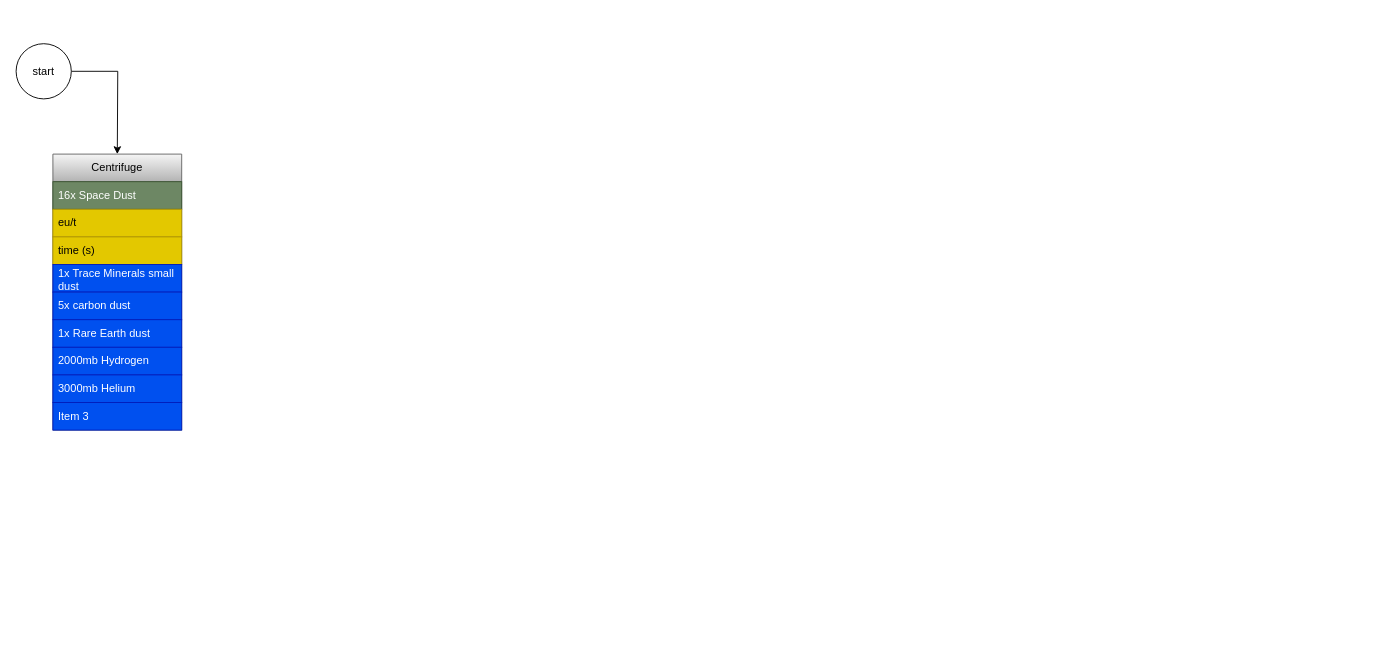
This is space_dust.drawio from screret/Gravitas2, a draw.io file, before an edit. Source tidied: cells renumbered, new cells numbered last; positions are measured from the earlier drawing's top-left corner, leaving out a move shared by most shapes. Both pictures are drawn from the tidied source at 92%, with x=0, y=0 at pixel (16, 43).
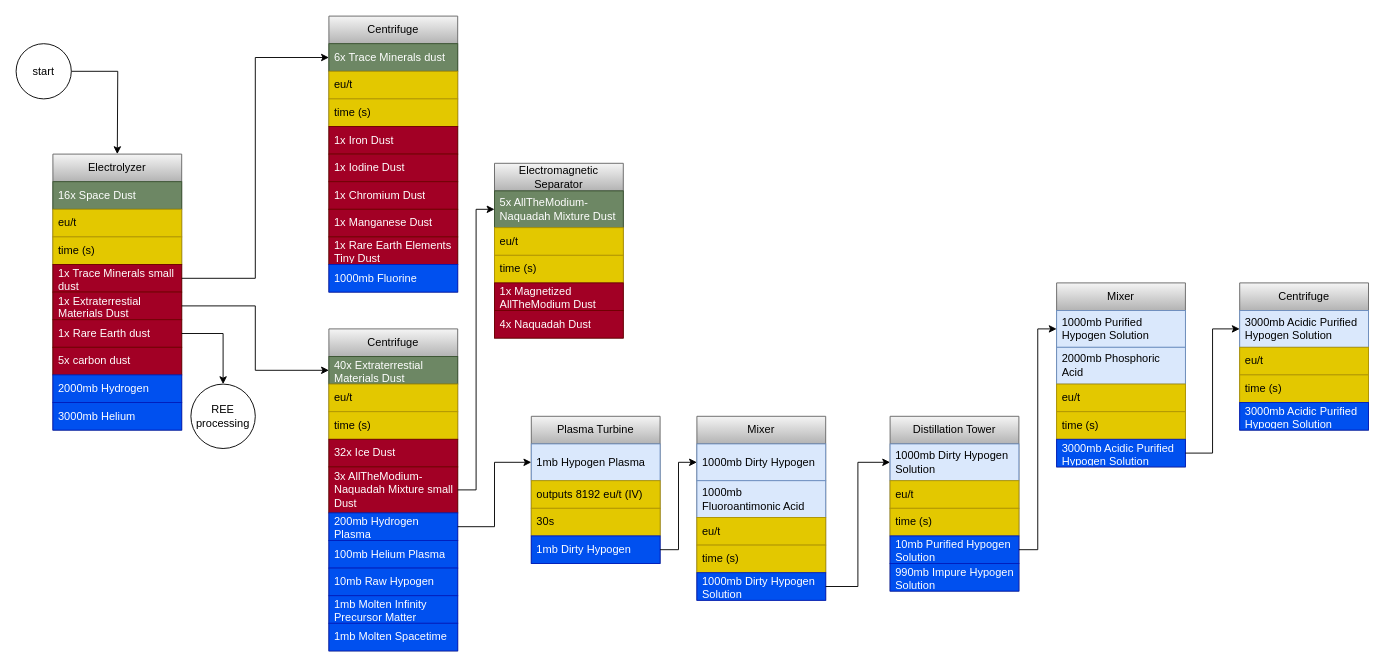
The same diagram, later.

The edit, as a diff of the source:
```diff
@@
-    <mxCell id="2" value="Centrifuge" style="swimlane;fontStyle=0;horizontal=1;startSize=30;whiteSpace=wrap;html=1;fillColor=#f5f5f5;gradientColor=#b3b3b3;strokeColor=#666666;" parent="1" vertex="1">
+    <mxCell id="2" value="Electrolyzer" style="swimlane;fontStyle=0;horizontal=1;startSize=30;whiteSpace=wrap;html=1;fillColor=#f5f5f5;gradientColor=#b3b3b3;strokeColor=#666666;" parent="1" vertex="1">
       <mxGeometry x="40" y="120" width="140" height="300" as="geometry" />
     </mxCell>
@@
-    <mxCell id="6" value="1x Trace Minerals small dust" style="text;strokeColor=#001DBC;fillColor=#0050ef;align=left;verticalAlign=middle;spacingLeft=4;spacingRight=4;overflow=hidden;points=[[0,0.5],[1,0.5]];portConstraint=eastwest;whiteSpace=wrap;html=1;fontColor=#ffffff;" parent="2" vertex="1">
+    <mxCell id="6" value="1x Trace Minerals small dust" style="text;strokeColor=#6F0000;fillColor=#a20025;align=left;verticalAlign=middle;spacingLeft=4;spacingRight=4;overflow=hidden;points=[[0,0.5],[1,0.5]];portConstraint=eastwest;whiteSpace=wrap;html=1;fontColor=#ffffff;" parent="2" vertex="1">
       <mxGeometry y="120" width="140" height="30" as="geometry" />
     </mxCell>
+    <mxCell id="14" value="1x Extraterrestial Materials Dust" style="text;strokeColor=#6F0000;fillColor=#a20025;align=left;verticalAlign=middle;spacingLeft=4;spacingRight=4;overflow=hidden;points=[[0,0.5],[1,0.5]];portConstraint=eastwest;whiteSpace=wrap;html=1;fontColor=#ffffff;" parent="2" vertex="1">
+      <mxGeometry y="150" width="140" height="30" as="geometry" />
+    </mxCell>
+    <mxCell id="8" value="1x Rare Earth dust" style="text;strokeColor=#6F0000;fillColor=#a20025;align=left;verticalAlign=middle;spacingLeft=4;spacingRight=4;overflow=hidden;points=[[0,0.5],[1,0.5]];portConstraint=eastwest;whiteSpace=wrap;html=1;fontColor=#ffffff;" parent="2" vertex="1">
+      <mxGeometry y="180" width="140" height="30" as="geometry" />
+    </mxCell>
-    <mxCell id="7" value="5x carbon dust" style="text;strokeColor=#001DBC;fillColor=#0050ef;align=left;verticalAlign=middle;spacingLeft=4;spacingRight=4;overflow=hidden;whiteSpace=wrap;html=1;fontColor=#ffffff;" parent="2" vertex="1">
-      <mxGeometry y="150" width="140" height="30" as="geometry" />
+    <mxCell id="7" value="5x carbon dust" style="text;strokeColor=#6F0000;fillColor=#a20025;align=left;verticalAlign=middle;spacingLeft=4;spacingRight=4;overflow=hidden;whiteSpace=wrap;html=1;fontColor=#ffffff;" parent="2" vertex="1">
+      <mxGeometry y="210" width="140" height="30" as="geometry" />
     </mxCell>
-    <mxCell id="8" value="1x Rare Earth dust" style="text;strokeColor=#001DBC;fillColor=#0050ef;align=left;verticalAlign=middle;spacingLeft=4;spacingRight=4;overflow=hidden;points=[[0,0.5],[1,0.5]];portConstraint=eastwest;whiteSpace=wrap;html=1;fontColor=#ffffff;" parent="2" vertex="1">
-      <mxGeometry y="180" width="140" height="30" as="geometry" />
-    </mxCell>
     <mxCell id="9" value="2000mb Hydrogen" style="text;strokeColor=#001DBC;fillColor=#0050ef;align=left;verticalAlign=middle;spacingLeft=4;spacingRight=4;overflow=hidden;whiteSpace=wrap;html=1;fontColor=#ffffff;" parent="2" vertex="1">
-      <mxGeometry y="210" width="140" height="30" as="geometry" />
+      <mxGeometry y="240" width="140" height="30" as="geometry" />
     </mxCell>
     <mxCell id="10" value="3000mb Helium" style="text;strokeColor=#001DBC;fillColor=#0050ef;align=left;verticalAlign=middle;spacingLeft=4;spacingRight=4;overflow=hidden;whiteSpace=wrap;html=1;fontColor=#ffffff;" parent="2" vertex="1">
-      <mxGeometry y="240" width="140" height="30" as="geometry" />
+      <mxGeometry y="270" width="140" height="30" as="geometry" />
     </mxCell>
-    <mxCell id="11" value="Item 3" style="text;strokeColor=#001DBC;fillColor=#0050ef;align=left;verticalAlign=middle;spacingLeft=4;spacingRight=4;overflow=hidden;whiteSpace=wrap;html=1;fontColor=#ffffff;" parent="2" vertex="1">
-      <mxGeometry y="270" width="140" height="30" as="geometry" />
-    </mxCell>
@@
+    <mxCell id="15" value="REE processing" style="ellipse;whiteSpace=wrap;html=1;" parent="1" vertex="1">
+      <mxGeometry x="190" y="370" width="70" height="70" as="geometry" />
+    </mxCell>
+    <mxCell id="16" style="edgeStyle=orthogonalEdgeStyle;rounded=0;jettySize=auto;html=1;entryX=0.5;entryY=0;entryDx=0;entryDy=0;" parent="1" edge="1" source="8" target="15">
+      <mxGeometry relative="1" as="geometry" />
+    </mxCell>
+    <mxCell id="17" value="Centrifuge" style="swimlane;fontStyle=0;horizontal=1;startSize=30;whiteSpace=wrap;html=1;fillColor=#f5f5f5;gradientColor=#b3b3b3;strokeColor=#666666;" parent="1" vertex="1">
+      <mxGeometry x="340" y="-30" width="140" height="300" as="geometry" />
+    </mxCell>
+    <mxCell id="18" value="6x Trace Minerals dust" style="text;strokeColor=#3A5431;fillColor=#6d8764;align=left;verticalAlign=middle;spacingLeft=4;spacingRight=4;overflow=hidden;points=[[0,0.5],[1,0.5]];portConstraint=eastwest;whiteSpace=wrap;html=1;fontColor=#ffffff;" parent="17" vertex="1">
+      <mxGeometry y="30" width="140" height="30" as="geometry" />
+    </mxCell>
+    <mxCell id="19" value="eu/t" style="text;strokeColor=#B09500;fillColor=#e3c800;align=left;verticalAlign=middle;spacingLeft=4;spacingRight=4;overflow=hidden;whiteSpace=wrap;html=1;fontColor=#000000;" parent="17" vertex="1">
+      <mxGeometry y="60" width="140" height="30" as="geometry" />
+    </mxCell>
+    <mxCell id="20" value="time (s)" style="text;strokeColor=#B09500;fillColor=#e3c800;align=left;verticalAlign=middle;spacingLeft=4;spacingRight=4;overflow=hidden;whiteSpace=wrap;html=1;fontColor=#000000;" parent="17" vertex="1">
+      <mxGeometry y="90" width="140" height="30" as="geometry" />
+    </mxCell>
+    <mxCell id="21" value="1x Iron Dust" style="text;strokeColor=#6F0000;fillColor=#a20025;align=left;verticalAlign=middle;spacingLeft=4;spacingRight=4;overflow=hidden;whiteSpace=wrap;html=1;fontColor=#ffffff;" parent="17" vertex="1">
+      <mxGeometry y="120" width="140" height="30" as="geometry" />
+    </mxCell>
+    <mxCell id="22" value="1x Iodine Dust" style="text;strokeColor=#6F0000;fillColor=#a20025;align=left;verticalAlign=middle;spacingLeft=4;spacingRight=4;overflow=hidden;whiteSpace=wrap;html=1;fontColor=#ffffff;" parent="17" vertex="1">
+      <mxGeometry y="150" width="140" height="30" as="geometry" />
+    </mxCell>
+    <mxCell id="23" value="1x Chromium Dust" style="text;strokeColor=#6F0000;fillColor=#a20025;align=left;verticalAlign=middle;spacingLeft=4;spacingRight=4;overflow=hidden;whiteSpace=wrap;html=1;fontColor=#ffffff;" parent="17" vertex="1">
+      <mxGeometry y="180" width="140" height="30" as="geometry" />
+    </mxCell>
+    <mxCell id="24" value="1x Manganese Dust" style="text;strokeColor=#6F0000;fillColor=#a20025;align=left;verticalAlign=middle;spacingLeft=4;spacingRight=4;overflow=hidden;whiteSpace=wrap;html=1;fontColor=#ffffff;" parent="17" vertex="1">
+      <mxGeometry y="210" width="140" height="30" as="geometry" />
+    </mxCell>
+    <mxCell id="25" value="1x Rare Earth Elements Tiny Dust" style="text;strokeColor=#6F0000;fillColor=#a20025;align=left;verticalAlign=middle;spacingLeft=4;spacingRight=4;overflow=hidden;whiteSpace=wrap;html=1;fontColor=#ffffff;" parent="17" vertex="1">
+      <mxGeometry y="240" width="140" height="30" as="geometry" />
+    </mxCell>
+    <mxCell id="26" value="1000mb Fluorine" style="text;strokeColor=#001DBC;fillColor=#0050ef;align=left;verticalAlign=middle;spacingLeft=4;spacingRight=4;overflow=hidden;whiteSpace=wrap;html=1;fontColor=#ffffff;" parent="17" vertex="1">
+      <mxGeometry y="270" width="140" height="30" as="geometry" />
+    </mxCell>
+    <mxCell id="27" style="edgeStyle=orthogonalEdgeStyle;rounded=0;jettySize=auto;html=1;entryX=0;entryY=0.5;entryDx=0;entryDy=0;" parent="1" edge="1" source="6" target="18">
+      <mxGeometry relative="1" as="geometry" />
+    </mxCell>
+    <mxCell id="28" value="Centrifuge" style="swimlane;fontStyle=0;horizontal=1;startSize=30;whiteSpace=wrap;html=1;fillColor=#f5f5f5;gradientColor=#b3b3b3;strokeColor=#666666;" parent="1" vertex="1">
+      <mxGeometry x="340" y="310" width="140" height="350" as="geometry" />
+    </mxCell>
+    <mxCell id="29" value="40x Extraterrestial Materials Dust" style="text;strokeColor=#3A5431;fillColor=#6d8764;align=left;verticalAlign=middle;spacingLeft=4;spacingRight=4;overflow=hidden;points=[[0,0.5],[1,0.5]];portConstraint=eastwest;whiteSpace=wrap;html=1;fontColor=#ffffff;" parent="28" vertex="1">
+      <mxGeometry y="30" width="140" height="30" as="geometry" />
+    </mxCell>
+    <mxCell id="30" value="eu/t" style="text;strokeColor=#B09500;fillColor=#e3c800;align=left;verticalAlign=middle;spacingLeft=4;spacingRight=4;overflow=hidden;whiteSpace=wrap;html=1;fontColor=#000000;" parent="28" vertex="1">
+      <mxGeometry y="60" width="140" height="30" as="geometry" />
+    </mxCell>
+    <mxCell id="31" value="time (s)" style="text;strokeColor=#B09500;fillColor=#e3c800;align=left;verticalAlign=middle;spacingLeft=4;spacingRight=4;overflow=hidden;whiteSpace=wrap;html=1;fontColor=#000000;" parent="28" vertex="1">
+      <mxGeometry y="90" width="140" height="30" as="geometry" />
+    </mxCell>
+    <mxCell id="32" value="32x Ice Dust" style="text;strokeColor=#6F0000;fillColor=#a20025;align=left;verticalAlign=middle;spacingLeft=4;spacingRight=4;overflow=hidden;whiteSpace=wrap;html=1;fontColor=#ffffff;" parent="28" vertex="1">
+      <mxGeometry y="120" width="140" height="30" as="geometry" />
+    </mxCell>
+    <mxCell id="33" value="3x AllTheModium-Naquadah Mixture small Dust" style="text;strokeColor=#6F0000;fillColor=#a20025;align=left;verticalAlign=middle;spacingLeft=4;spacingRight=4;overflow=hidden;points=[[0,0.5],[1,0.5]];portConstraint=eastwest;whiteSpace=wrap;html=1;fontColor=#ffffff;" parent="28" vertex="1">
+      <mxGeometry y="150" width="140" height="50" as="geometry" />
+    </mxCell>
+    <mxCell id="34" value="200mb Hydrogen Plasma" style="text;strokeColor=#001DBC;fillColor=#0050ef;align=left;verticalAlign=middle;spacingLeft=4;spacingRight=4;overflow=hidden;points=[[0,0.5],[1,0.5]];portConstraint=eastwest;whiteSpace=wrap;html=1;fontColor=#ffffff;" parent="28" vertex="1">
+      <mxGeometry y="200" width="140" height="30" as="geometry" />
+    </mxCell>
+    <mxCell id="35" value="100mb Helium Plasma" style="text;strokeColor=#001DBC;fillColor=#0050ef;align=left;verticalAlign=middle;spacingLeft=4;spacingRight=4;overflow=hidden;whiteSpace=wrap;html=1;fontColor=#ffffff;" parent="28" vertex="1">
+      <mxGeometry y="230" width="140" height="30" as="geometry" />
+    </mxCell>
+    <mxCell id="36" value="10mb Raw Hypogen" style="text;strokeColor=#001DBC;fillColor=#0050ef;align=left;verticalAlign=middle;spacingLeft=4;spacingRight=4;overflow=hidden;whiteSpace=wrap;html=1;fontColor=#ffffff;" parent="28" vertex="1">
+      <mxGeometry y="260" width="140" height="30" as="geometry" />
+    </mxCell>
+    <mxCell id="37" value="1mb Molten Infinity Precursor Matter" style="text;strokeColor=#001DBC;fillColor=#0050ef;align=left;verticalAlign=middle;spacingLeft=4;spacingRight=4;overflow=hidden;whiteSpace=wrap;html=1;fontColor=#ffffff;" parent="28" vertex="1">
+      <mxGeometry y="290" width="140" height="30" as="geometry" />
+    </mxCell>
+    <mxCell id="38" value="1mb Molten Spacetime" style="text;strokeColor=#001DBC;fillColor=#0050ef;align=left;verticalAlign=middle;spacingLeft=4;spacingRight=4;overflow=hidden;whiteSpace=wrap;html=1;fontColor=#ffffff;" parent="28" vertex="1">
+      <mxGeometry y="320" width="140" height="30" as="geometry" />
+    </mxCell>
+    <mxCell id="39" style="edgeStyle=orthogonalEdgeStyle;rounded=0;jettySize=auto;html=1;entryX=0;entryY=0.5;entryDx=0;entryDy=0;" parent="1" edge="1" source="14" target="29">
+      <mxGeometry relative="1" as="geometry" />
+    </mxCell>
+    <mxCell id="40" value="Electromagnetic Separator" style="swimlane;fontStyle=0;horizontal=1;startSize=30;whiteSpace=wrap;html=1;fillColor=#f5f5f5;gradientColor=#b3b3b3;strokeColor=#666666;" parent="1" vertex="1">
+      <mxGeometry x="520" y="130" width="140" height="190" as="geometry" />
+    </mxCell>
+    <mxCell id="41" value="5x AllTheModium-Naquadah Mixture Dust" style="text;strokeColor=#3A5431;fillColor=#6d8764;align=left;verticalAlign=middle;spacingLeft=4;spacingRight=4;overflow=hidden;points=[[0,0.5],[1,0.5]];portConstraint=eastwest;whiteSpace=wrap;html=1;fontColor=#ffffff;" parent="40" vertex="1">
+      <mxGeometry y="30" width="140" height="40" as="geometry" />
+    </mxCell>
+    <mxCell id="42" value="eu/t" style="text;strokeColor=#B09500;fillColor=#e3c800;align=left;verticalAlign=middle;spacingLeft=4;spacingRight=4;overflow=hidden;whiteSpace=wrap;html=1;fontColor=#000000;" parent="40" vertex="1">
+      <mxGeometry y="70" width="140" height="30" as="geometry" />
+    </mxCell>
+    <mxCell id="43" value="time (s)" style="text;strokeColor=#B09500;fillColor=#e3c800;align=left;verticalAlign=middle;spacingLeft=4;spacingRight=4;overflow=hidden;whiteSpace=wrap;html=1;fontColor=#000000;" parent="40" vertex="1">
+      <mxGeometry y="100" width="140" height="30" as="geometry" />
+    </mxCell>
+    <mxCell id="44" value="1x Magnetized AllTheModium Dust" style="text;strokeColor=#6F0000;fillColor=#a20025;align=left;verticalAlign=middle;spacingLeft=4;spacingRight=4;overflow=hidden;whiteSpace=wrap;html=1;fontColor=#ffffff;" parent="40" vertex="1">
+      <mxGeometry y="130" width="140" height="30" as="geometry" />
+    </mxCell>
+    <mxCell id="45" value="4x Naquadah Dust" style="text;strokeColor=#6F0000;fillColor=#a20025;align=left;verticalAlign=middle;spacingLeft=4;spacingRight=4;overflow=hidden;whiteSpace=wrap;html=1;fontColor=#ffffff;" parent="40" vertex="1">
+      <mxGeometry y="160" width="140" height="30" as="geometry" />
+    </mxCell>
+    <mxCell id="46" style="edgeStyle=orthogonalEdgeStyle;rounded=0;jettySize=auto;html=1;entryX=0;entryY=0.5;entryDx=0;entryDy=0;" parent="1" edge="1" source="33" target="41">
+      <mxGeometry relative="1" as="geometry" />
+    </mxCell>
+    <mxCell id="47" value="Plasma Turbine" style="swimlane;fontStyle=0;horizontal=1;startSize=30;whiteSpace=wrap;html=1;fillColor=#f5f5f5;gradientColor=#b3b3b3;strokeColor=#666666;" parent="1" vertex="1">
+      <mxGeometry x="560" y="405" width="140" height="160" as="geometry" />
+    </mxCell>
+    <mxCell id="48" value="1mb Hypogen Plasma" style="text;strokeColor=#6c8ebf;fillColor=#dae8fc;align=left;verticalAlign=middle;spacingLeft=4;spacingRight=4;overflow=hidden;points=[[0,0.5],[1,0.5]];portConstraint=eastwest;whiteSpace=wrap;html=1;" parent="47" vertex="1">
+      <mxGeometry y="30" width="140" height="40" as="geometry" />
+    </mxCell>
+    <mxCell id="49" value="outputs&amp;nbsp;8192&amp;nbsp;&lt;span style=&quot;background-color: initial;&quot;&gt;eu/t (IV)&lt;/span&gt;" style="text;strokeColor=#B09500;fillColor=#e3c800;align=left;verticalAlign=middle;spacingLeft=4;spacingRight=4;overflow=hidden;whiteSpace=wrap;html=1;fontColor=#000000;" parent="47" vertex="1">
+      <mxGeometry y="70" width="140" height="30" as="geometry" />
+    </mxCell>
+    <mxCell id="50" value="30s" style="text;strokeColor=#B09500;fillColor=#e3c800;align=left;verticalAlign=middle;spacingLeft=4;spacingRight=4;overflow=hidden;whiteSpace=wrap;html=1;fontColor=#000000;" parent="47" vertex="1">
+      <mxGeometry y="100" width="140" height="30" as="geometry" />
+    </mxCell>
+    <mxCell id="51" value="1mb Dirty Hypogen" style="text;strokeColor=#001DBC;fillColor=#0050ef;align=left;verticalAlign=middle;spacingLeft=4;spacingRight=4;overflow=hidden;points=[[0,0.5],[1,0.5]];portConstraint=eastwest;whiteSpace=wrap;html=1;fontColor=#ffffff;" parent="47" vertex="1">
+      <mxGeometry y="130" width="140" height="30" as="geometry" />
+    </mxCell>
+    <mxCell id="52" style="edgeStyle=orthogonalEdgeStyle;rounded=0;jettySize=auto;html=1;entryX=0;entryY=0.5;entryDx=0;entryDy=0;" parent="1" edge="1" source="34" target="48">
+      <mxGeometry relative="1" as="geometry" />
+    </mxCell>
+    <mxCell id="53" value="Distillation Tower" style="swimlane;fontStyle=0;horizontal=1;startSize=30;whiteSpace=wrap;html=1;fillColor=#f5f5f5;gradientColor=#b3b3b3;strokeColor=#666666;" parent="1" vertex="1">
+      <mxGeometry x="950" y="405" width="140" height="190" as="geometry" />
+    </mxCell>
+    <mxCell id="54" value="1000mb Dirty Hypogen Solution" style="text;strokeColor=#6c8ebf;fillColor=#dae8fc;align=left;verticalAlign=middle;spacingLeft=4;spacingRight=4;overflow=hidden;points=[[0,0.5],[1,0.5]];portConstraint=eastwest;whiteSpace=wrap;html=1;" parent="53" vertex="1">
+      <mxGeometry y="30" width="140" height="40" as="geometry" />
+    </mxCell>
+    <mxCell id="55" value="eu/t" style="text;strokeColor=#B09500;fillColor=#e3c800;align=left;verticalAlign=middle;spacingLeft=4;spacingRight=4;overflow=hidden;whiteSpace=wrap;html=1;fontColor=#000000;" parent="53" vertex="1">
+      <mxGeometry y="70" width="140" height="30" as="geometry" />
+    </mxCell>
+    <mxCell id="56" value="time (s)" style="text;strokeColor=#B09500;fillColor=#e3c800;align=left;verticalAlign=middle;spacingLeft=4;spacingRight=4;overflow=hidden;whiteSpace=wrap;html=1;fontColor=#000000;" parent="53" vertex="1">
+      <mxGeometry y="100" width="140" height="30" as="geometry" />
+    </mxCell>
+    <mxCell id="57" value="10mb Purified Hypogen Solution" style="text;strokeColor=#001DBC;fillColor=#0050ef;align=left;verticalAlign=middle;spacingLeft=4;spacingRight=4;overflow=hidden;points=[[0,0.5],[1,0.5]];portConstraint=eastwest;whiteSpace=wrap;html=1;fontColor=#ffffff;" parent="53" vertex="1">
+      <mxGeometry y="130" width="140" height="30" as="geometry" />
+    </mxCell>
+    <mxCell id="58" value="990mb Impure Hypogen Solution" style="text;strokeColor=#001DBC;fillColor=#0050ef;align=left;verticalAlign=middle;spacingLeft=4;spacingRight=4;overflow=hidden;whiteSpace=wrap;html=1;fontColor=#ffffff;" parent="53" vertex="1">
+      <mxGeometry y="160" width="140" height="30" as="geometry" />
+    </mxCell>
+    <mxCell id="59" value="Mixer" style="swimlane;fontStyle=0;horizontal=1;startSize=30;whiteSpace=wrap;html=1;fillColor=#f5f5f5;gradientColor=#b3b3b3;strokeColor=#666666;" parent="1" vertex="1">
+      <mxGeometry x="740" y="405" width="140" height="200" as="geometry" />
+    </mxCell>
+    <mxCell id="60" value="1000mb Dirty Hypogen" style="text;strokeColor=#6c8ebf;fillColor=#dae8fc;align=left;verticalAlign=middle;spacingLeft=4;spacingRight=4;overflow=hidden;whiteSpace=wrap;html=1;" parent="59" vertex="1">
+      <mxGeometry y="30" width="140" height="40" as="geometry" />
+    </mxCell>
+    <mxCell id="61" value="1000mb Fluoroantimonic Acid" style="text;strokeColor=#6c8ebf;fillColor=#dae8fc;align=left;verticalAlign=middle;spacingLeft=4;spacingRight=4;overflow=hidden;whiteSpace=wrap;html=1;" parent="59" vertex="1">
+      <mxGeometry y="70" width="140" height="40" as="geometry" />
+    </mxCell>
+    <mxCell id="62" value="eu/t" style="text;strokeColor=#B09500;fillColor=#e3c800;align=left;verticalAlign=middle;spacingLeft=4;spacingRight=4;overflow=hidden;whiteSpace=wrap;html=1;fontColor=#000000;" parent="59" vertex="1">
+      <mxGeometry y="110" width="140" height="30" as="geometry" />
+    </mxCell>
+    <mxCell id="63" value="time (s)" style="text;strokeColor=#B09500;fillColor=#e3c800;align=left;verticalAlign=middle;spacingLeft=4;spacingRight=4;overflow=hidden;whiteSpace=wrap;html=1;fontColor=#000000;" parent="59" vertex="1">
+      <mxGeometry y="140" width="140" height="30" as="geometry" />
+    </mxCell>
+    <mxCell id="64" value="1000mb Dirty Hypogen Solution" style="text;strokeColor=#001DBC;fillColor=#0050ef;align=left;verticalAlign=middle;spacingLeft=4;spacingRight=4;overflow=hidden;points=[[0,0.5],[1,0.5]];portConstraint=eastwest;whiteSpace=wrap;html=1;fontColor=#ffffff;" parent="59" vertex="1">
+      <mxGeometry y="170" width="140" height="30" as="geometry" />
+    </mxCell>
+    <mxCell id="65" style="edgeStyle=orthogonalEdgeStyle;rounded=0;jettySize=auto;html=1;entryX=0;entryY=0.25;entryDx=0;entryDy=0;" parent="1" edge="1" source="51" target="59">
+      <mxGeometry relative="1" as="geometry" />
+    </mxCell>
+    <mxCell id="66" style="edgeStyle=orthogonalEdgeStyle;rounded=0;jettySize=auto;html=1;entryX=0;entryY=0.5;entryDx=0;entryDy=0;" parent="1" edge="1" source="64" target="54">
+      <mxGeometry relative="1" as="geometry" />
+    </mxCell>
+    <mxCell id="67" value="Mixer" style="swimlane;fontStyle=0;horizontal=1;startSize=30;whiteSpace=wrap;html=1;fillColor=#f5f5f5;gradientColor=#b3b3b3;strokeColor=#666666;" parent="1" vertex="1">
+      <mxGeometry x="1131" y="260" width="140" height="200" as="geometry" />
+    </mxCell>
+    <mxCell id="68" value="1000mb Purified Hypogen Solution" style="text;strokeColor=#6c8ebf;fillColor=#dae8fc;align=left;verticalAlign=middle;spacingLeft=4;spacingRight=4;overflow=hidden;points=[[0,0.5],[1,0.5]];portConstraint=eastwest;whiteSpace=wrap;html=1;" parent="67" vertex="1">
+      <mxGeometry y="30" width="140" height="40" as="geometry" />
+    </mxCell>
+    <mxCell id="69" value="2000mb Phosphoric Acid" style="text;strokeColor=#6c8ebf;fillColor=#dae8fc;align=left;verticalAlign=middle;spacingLeft=4;spacingRight=4;overflow=hidden;whiteSpace=wrap;html=1;" parent="67" vertex="1">
+      <mxGeometry y="70" width="140" height="40" as="geometry" />
+    </mxCell>
+    <mxCell id="70" value="eu/t" style="text;strokeColor=#B09500;fillColor=#e3c800;align=left;verticalAlign=middle;spacingLeft=4;spacingRight=4;overflow=hidden;whiteSpace=wrap;html=1;fontColor=#000000;" parent="67" vertex="1">
+      <mxGeometry y="110" width="140" height="30" as="geometry" />
+    </mxCell>
+    <mxCell id="71" value="time (s)" style="text;strokeColor=#B09500;fillColor=#e3c800;align=left;verticalAlign=middle;spacingLeft=4;spacingRight=4;overflow=hidden;whiteSpace=wrap;html=1;fontColor=#000000;" parent="67" vertex="1">
+      <mxGeometry y="140" width="140" height="30" as="geometry" />
+    </mxCell>
+    <mxCell id="72" value="3000mb Acidic Purified Hypogen Solution" style="text;strokeColor=#001DBC;fillColor=#0050ef;align=left;verticalAlign=middle;spacingLeft=4;spacingRight=4;overflow=hidden;points=[[0,0.5],[1,0.5]];portConstraint=eastwest;whiteSpace=wrap;html=1;fontColor=#ffffff;" parent="67" vertex="1">
+      <mxGeometry y="170" width="140" height="30" as="geometry" />
+    </mxCell>
+    <mxCell id="73" style="edgeStyle=orthogonalEdgeStyle;rounded=0;jettySize=auto;html=1;" parent="1" edge="1" source="57" target="68">
+      <mxGeometry relative="1" as="geometry" />
+    </mxCell>
+    <mxCell id="74" value="Centrifuge" style="swimlane;fontStyle=0;horizontal=1;startSize=30;whiteSpace=wrap;html=1;fillColor=#f5f5f5;gradientColor=#b3b3b3;strokeColor=#666666;" parent="1" vertex="1">
+      <mxGeometry x="1330" y="260" width="140" height="160" as="geometry" />
+    </mxCell>
+    <mxCell id="75" value="3000mb Acidic Purified Hypogen Solution" style="text;strokeColor=#6c8ebf;fillColor=#dae8fc;align=left;verticalAlign=middle;spacingLeft=4;spacingRight=4;overflow=hidden;points=[[0,0.5],[1,0.5]];portConstraint=eastwest;whiteSpace=wrap;html=1;" parent="74" vertex="1">
+      <mxGeometry y="30" width="140" height="40" as="geometry" />
+    </mxCell>
+    <mxCell id="76" value="eu/t" style="text;strokeColor=#B09500;fillColor=#e3c800;align=left;verticalAlign=middle;spacingLeft=4;spacingRight=4;overflow=hidden;whiteSpace=wrap;html=1;fontColor=#000000;" parent="74" vertex="1">
+      <mxGeometry y="70" width="140" height="30" as="geometry" />
+    </mxCell>
+    <mxCell id="77" value="time (s)" style="text;strokeColor=#B09500;fillColor=#e3c800;align=left;verticalAlign=middle;spacingLeft=4;spacingRight=4;overflow=hidden;whiteSpace=wrap;html=1;fontColor=#000000;" parent="74" vertex="1">
+      <mxGeometry y="100" width="140" height="30" as="geometry" />
+    </mxCell>
+    <mxCell id="78" value="3000mb Acidic Purified Hypogen Solution" style="text;strokeColor=#001DBC;fillColor=#0050ef;align=left;verticalAlign=middle;spacingLeft=4;spacingRight=4;overflow=hidden;whiteSpace=wrap;html=1;fontColor=#ffffff;" parent="74" vertex="1">
+      <mxGeometry y="130" width="140" height="30" as="geometry" />
+    </mxCell>
+    <mxCell id="79" style="edgeStyle=orthogonalEdgeStyle;rounded=0;jettySize=auto;html=1;" parent="1" edge="1" source="72" target="75">
+      <mxGeometry relative="1" as="geometry" />
+    </mxCell>
```
